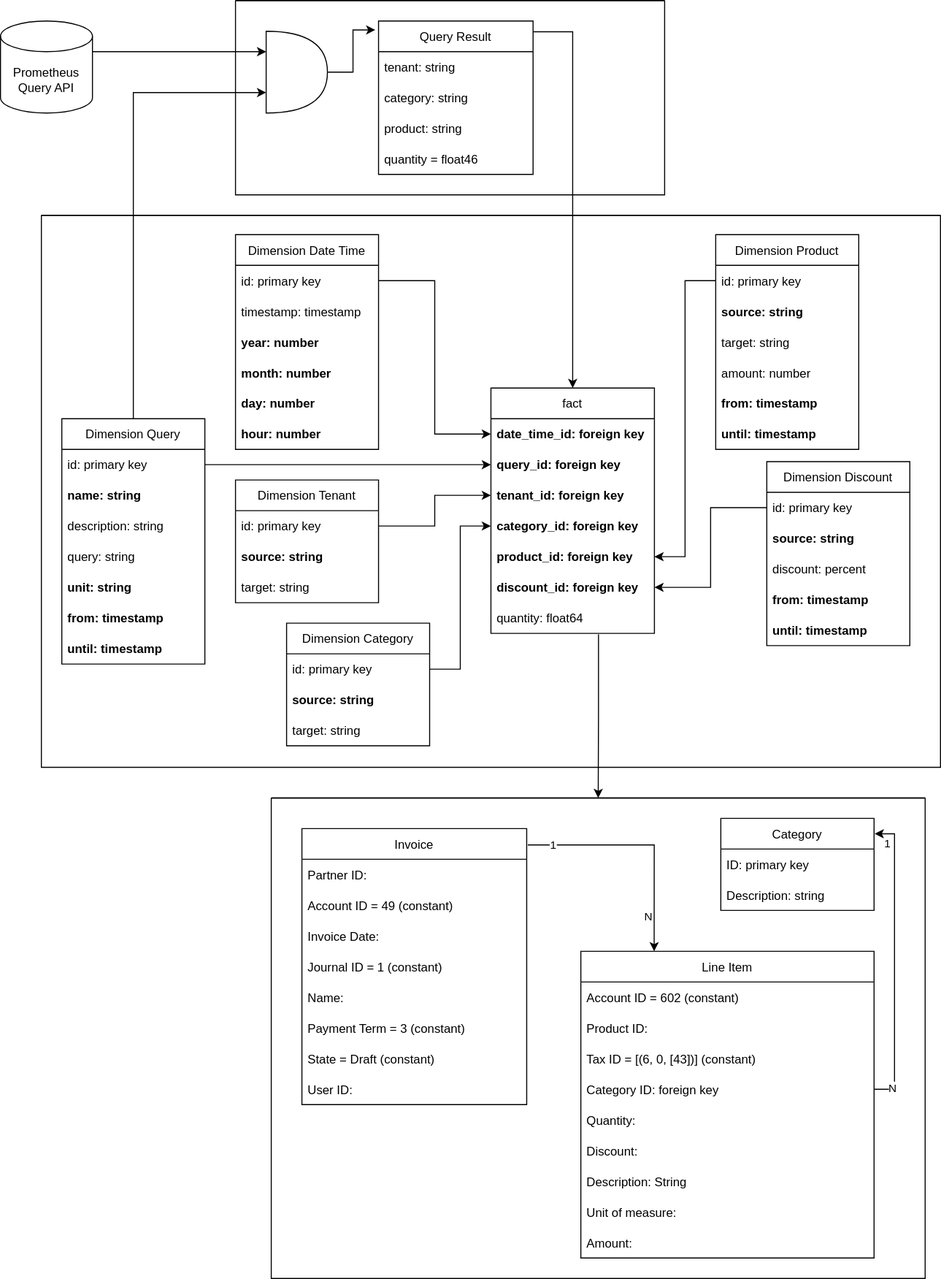
Before: docs/modules/ROOT/assets/images/system/data-model-billing.drawio.svg, a diagram exported from draw.io (appuio/appuio-io-docs). Source tidied: cells renumbered, new cells last; positions are measured from the earlier drawing's top-left corner, leaving out a move shared by most shapes.
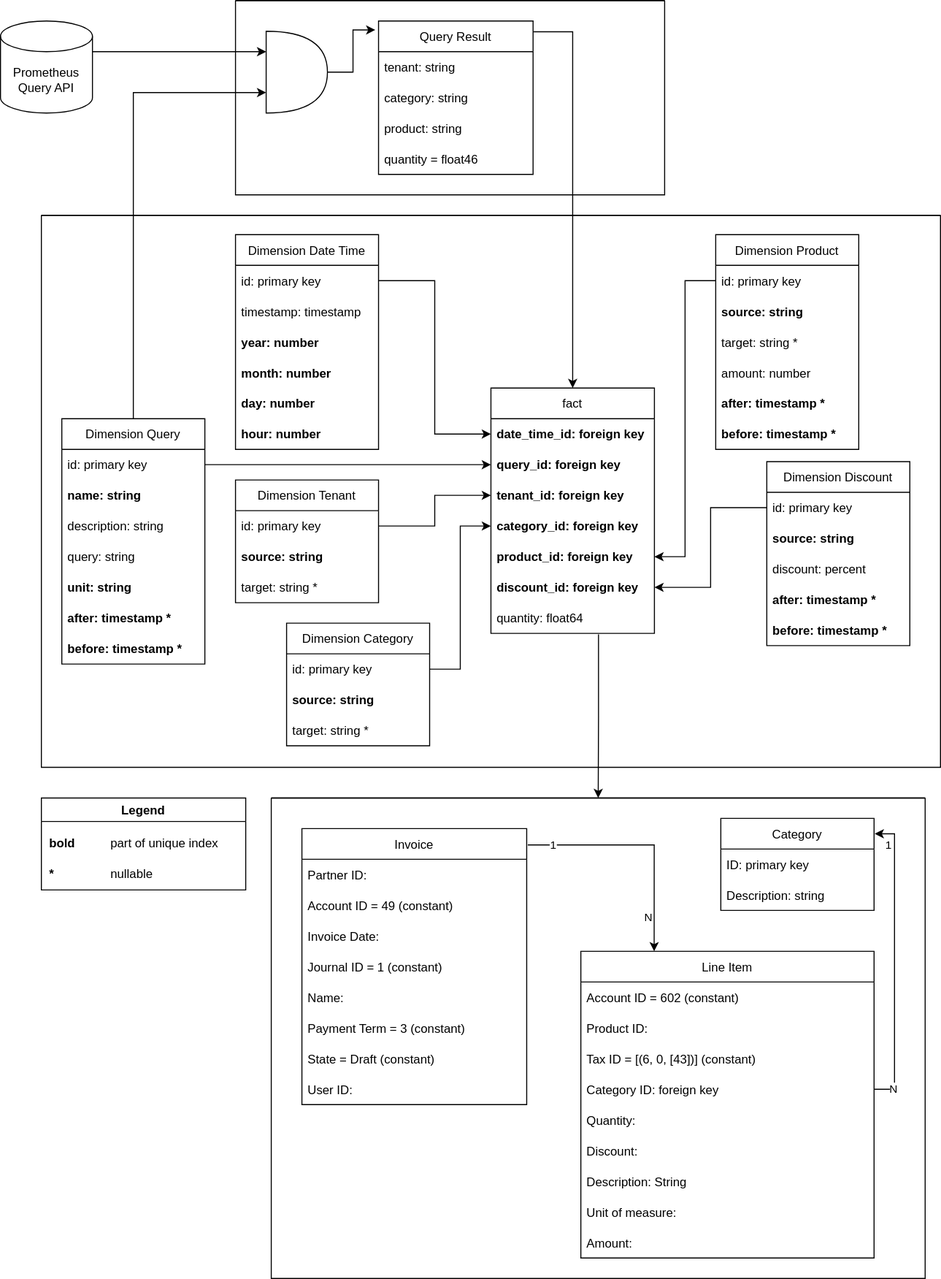
After the change.

Commit message:
Rename `from/until` -> `after/before`, clarify nullable

From is an sql keyword and can't be used.

What changed in the source:
```diff
@@ -165,7 +165,7 @@
     <mxCell id="54" value="source: string" style="text;strokeColor=none;fillColor=none;align=left;verticalAlign=middle;spacingLeft=4;spacingRight=4;overflow=hidden;fontStyle=1;" parent="52" vertex="1">
       <mxGeometry y="60" width="140" height="30" as="geometry" />
     </mxCell>
-    <mxCell id="55" value="target: string" style="text;strokeColor=none;fillColor=none;align=left;verticalAlign=middle;spacingLeft=4;spacingRight=4;overflow=hidden;" parent="52" vertex="1">
+    <mxCell id="55" value="target: string *" style="text;strokeColor=none;fillColor=none;align=left;verticalAlign=middle;spacingLeft=4;spacingRight=4;overflow=hidden;" parent="52" vertex="1">
       <mxGeometry y="90" width="140" height="30" as="geometry" />
     </mxCell>
     <mxCell id="56" style="edgeStyle=orthogonalEdgeStyle;rounded=0;jettySize=auto;html=1;exitX=1;exitY=0.5;exitDx=0;exitDy=0;entryX=0;entryY=0.5;entryDx=0;entryDy=0;" parent="43" edge="1" source="53" target="47">
@@ -180,7 +180,7 @@
     <mxCell id="59" value="source: string" style="text;strokeColor=none;fillColor=none;align=left;verticalAlign=middle;spacingLeft=4;spacingRight=4;overflow=hidden;fontStyle=1;" parent="57" vertex="1">
       <mxGeometry y="60" width="140" height="30" as="geometry" />
     </mxCell>
-    <mxCell id="60" value="target: string" style="text;strokeColor=none;fillColor=none;align=left;verticalAlign=middle;spacingLeft=4;spacingRight=4;overflow=hidden;" parent="57" vertex="1">
+    <mxCell id="60" value="target: string *" style="text;strokeColor=none;fillColor=none;align=left;verticalAlign=middle;spacingLeft=4;spacingRight=4;overflow=hidden;" parent="57" vertex="1">
       <mxGeometry y="90" width="140" height="30" as="geometry" />
     </mxCell>
     <mxCell id="61" value="Dimension Product" style="swimlane;fontStyle=0;horizontal=1;startSize=30;" parent="43" vertex="1">
@@ -192,16 +192,16 @@
     <mxCell id="63" value="source: string" style="text;strokeColor=none;fillColor=none;align=left;verticalAlign=middle;spacingLeft=4;spacingRight=4;overflow=hidden;fontStyle=1;" parent="61" vertex="1">
       <mxGeometry y="60" width="140" height="30" as="geometry" />
     </mxCell>
-    <mxCell id="64" value="target: string" style="text;strokeColor=none;fillColor=none;align=left;verticalAlign=middle;spacingLeft=4;spacingRight=4;overflow=hidden;" parent="61" vertex="1">
+    <mxCell id="64" value="target: string *" style="text;strokeColor=none;fillColor=none;align=left;verticalAlign=middle;spacingLeft=4;spacingRight=4;overflow=hidden;" parent="61" vertex="1">
       <mxGeometry y="90" width="140" height="30" as="geometry" />
     </mxCell>
     <mxCell id="65" value="amount: number" style="text;strokeColor=none;fillColor=none;align=left;verticalAlign=middle;spacingLeft=4;spacingRight=4;overflow=hidden;" parent="61" vertex="1">
       <mxGeometry y="120" width="140" height="30" as="geometry" />
     </mxCell>
-    <mxCell id="66" value="from: timestamp" style="text;strokeColor=none;fillColor=none;align=left;verticalAlign=middle;spacingLeft=4;spacingRight=4;overflow=hidden;fontStyle=1;" parent="61" vertex="1">
+    <mxCell id="66" value="after: timestamp *" style="text;strokeColor=none;fillColor=none;align=left;verticalAlign=middle;spacingLeft=4;spacingRight=4;overflow=hidden;fontStyle=1;" parent="61" vertex="1">
       <mxGeometry y="150" width="140" height="30" as="geometry" />
     </mxCell>
-    <mxCell id="67" value="until: timestamp" style="text;strokeColor=none;fillColor=none;align=left;verticalAlign=middle;spacingLeft=4;spacingRight=4;overflow=hidden;fontStyle=1;" parent="61" vertex="1">
+    <mxCell id="67" value="before: timestamp *" style="text;strokeColor=none;fillColor=none;align=left;verticalAlign=middle;spacingLeft=4;spacingRight=4;overflow=hidden;fontStyle=1;" parent="61" vertex="1">
       <mxGeometry y="180" width="140" height="30" as="geometry" />
     </mxCell>
     <mxCell id="68" style="edgeStyle=orthogonalEdgeStyle;rounded=0;jettySize=auto;html=1;exitX=0;exitY=0.5;exitDx=0;exitDy=0;entryX=1;entryY=0.5;entryDx=0;entryDy=0;" parent="43" edge="1" source="62" target="49">
@@ -219,10 +219,10 @@
     <mxCell id="72" value="discount: percent" style="text;strokeColor=none;fillColor=none;align=left;verticalAlign=middle;spacingLeft=4;spacingRight=4;overflow=hidden;" parent="69" vertex="1">
       <mxGeometry y="90" width="140" height="30" as="geometry" />
     </mxCell>
-    <mxCell id="73" value="from: timestamp" style="text;strokeColor=none;fillColor=none;align=left;verticalAlign=middle;spacingLeft=4;spacingRight=4;overflow=hidden;fontStyle=1;" parent="69" vertex="1">
+    <mxCell id="73" value="after: timestamp *" style="text;strokeColor=none;fillColor=none;align=left;verticalAlign=middle;spacingLeft=4;spacingRight=4;overflow=hidden;fontStyle=1;" parent="69" vertex="1">
       <mxGeometry y="120" width="140" height="30" as="geometry" />
     </mxCell>
-    <mxCell id="74" value="until: timestamp" style="text;strokeColor=none;fillColor=none;align=left;verticalAlign=middle;spacingLeft=4;spacingRight=4;overflow=hidden;fontStyle=1;" parent="69" vertex="1">
+    <mxCell id="74" value="before: timestamp *" style="text;strokeColor=none;fillColor=none;align=left;verticalAlign=middle;spacingLeft=4;spacingRight=4;overflow=hidden;fontStyle=1;" parent="69" vertex="1">
       <mxGeometry y="150" width="140" height="30" as="geometry" />
     </mxCell>
     <mxCell id="75" style="edgeStyle=orthogonalEdgeStyle;rounded=0;jettySize=auto;html=1;exitX=0;exitY=0.5;exitDx=0;exitDy=0;entryX=1;entryY=0.5;entryDx=0;entryDy=0;" parent="43" edge="1" source="70" target="50">
@@ -273,10 +273,10 @@
     <mxCell id="90" value="unit: string" style="text;strokeColor=none;fillColor=none;align=left;verticalAlign=middle;spacingLeft=4;spacingRight=4;overflow=hidden;fontStyle=1;" parent="85" vertex="1">
       <mxGeometry y="150" width="140" height="30" as="geometry" />
     </mxCell>
-    <mxCell id="91" value="from: timestamp" style="text;strokeColor=none;fillColor=none;align=left;verticalAlign=middle;spacingLeft=4;spacingRight=4;overflow=hidden;fontStyle=1;" parent="85" vertex="1">
+    <mxCell id="91" value="after: timestamp *" style="text;strokeColor=none;fillColor=none;align=left;verticalAlign=middle;spacingLeft=4;spacingRight=4;overflow=hidden;fontStyle=1;horizontal=1;fontColor=#000000;" parent="85" vertex="1">
       <mxGeometry y="180" width="140" height="30" as="geometry" />
     </mxCell>
-    <mxCell id="92" value="until: timestamp" style="text;strokeColor=none;fillColor=none;align=left;verticalAlign=middle;spacingLeft=4;spacingRight=4;overflow=hidden;fontStyle=1;" parent="85" vertex="1">
+    <mxCell id="92" value="before: timestamp *" style="text;strokeColor=none;fillColor=none;align=left;verticalAlign=middle;spacingLeft=4;spacingRight=4;overflow=hidden;fontStyle=1;" parent="85" vertex="1">
       <mxGeometry y="210" width="140" height="30" as="geometry" />
     </mxCell>
     <mxCell id="93" style="edgeStyle=orthogonalEdgeStyle;rounded=0;jettySize=auto;html=1;exitX=1;exitY=0.5;exitDx=0;exitDy=0;entryX=0;entryY=0.5;entryDx=0;entryDy=0;" parent="43" edge="1" source="86" target="46">
@@ -285,5 +285,20 @@
     <mxCell id="94" style="edgeStyle=orthogonalEdgeStyle;rounded=0;jettySize=auto;html=1;exitX=1.003;exitY=0.07;exitDx=0;exitDy=0;entryX=0.5;entryY=0;entryDx=0;entryDy=0;exitPerimeter=0;" parent="1" edge="1" source="37" target="44">
       <mxGeometry relative="1" as="geometry" />
     </mxCell>
+    <mxCell id="95" value="Legend" style="swimlane;fontColor=#000000;" parent="1" vertex="1">
+      <mxGeometry x="40" y="780" width="200" height="90" as="geometry" />
+    </mxCell>
+    <mxCell id="96" value="bold" style="text;html=1;strokeColor=none;fillColor=none;align=left;verticalAlign=middle;whiteSpace=wrap;rounded=0;fontColor=#000000;fontStyle=1;spacingLeft=6;spacingBottom=6;spacingTop=6;" parent="95" vertex="1">
+      <mxGeometry y="30" width="60" height="30" as="geometry" />
+    </mxCell>
+    <mxCell id="97" value="part of unique index" style="text;html=1;strokeColor=none;fillColor=none;align=left;verticalAlign=middle;whiteSpace=wrap;rounded=0;fontColor=#000000;fontStyle=0;spacingLeft=6;spacingBottom=6;spacingTop=6;" parent="95" vertex="1">
+      <mxGeometry x="60" y="30" width="140" height="30" as="geometry" />
+    </mxCell>
+    <mxCell id="98" value="*" style="text;html=1;strokeColor=none;fillColor=none;align=left;verticalAlign=middle;whiteSpace=wrap;rounded=0;fontColor=#000000;fontStyle=1;spacingLeft=6;spacingBottom=6;spacingTop=6;" parent="95" vertex="1">
+      <mxGeometry y="60" width="60" height="30" as="geometry" />
+    </mxCell>
+    <mxCell id="99" value="nullable" style="text;html=1;strokeColor=none;fillColor=none;align=left;verticalAlign=middle;whiteSpace=wrap;rounded=0;fontColor=#000000;fontStyle=0;spacingLeft=6;spacingBottom=6;spacingTop=6;" parent="95" vertex="1">
+      <mxGeometry x="60" y="60" width="140" height="30" as="geometry" />
+    </mxCell>
   </root>
 </mxGraphModel>
```
